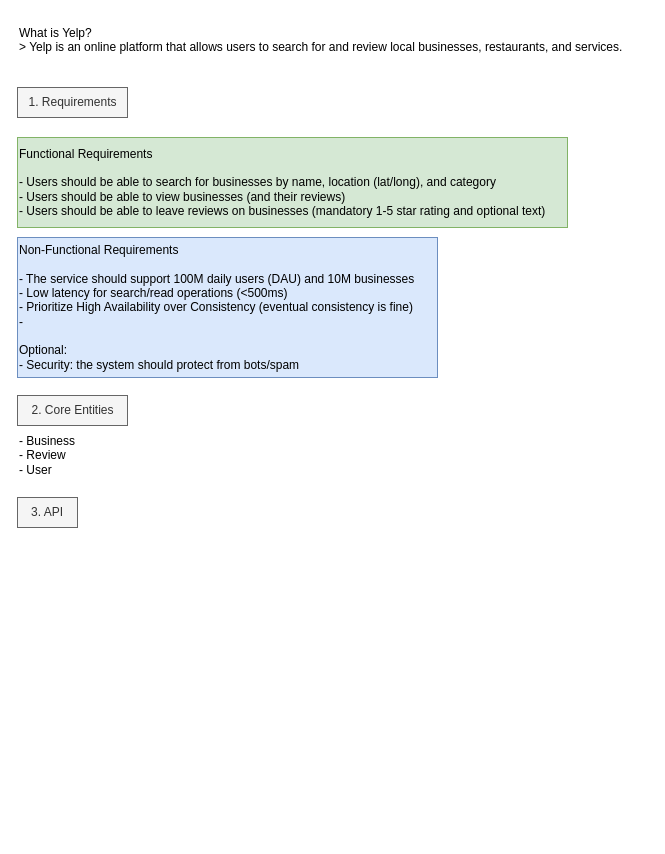
lacrimae/system_design_practice keeps this draw.io diagram as yelp.drawio. Above is the earlier version. Source tidied: cells renumbered, new cells numbered last; positions are measured from the earlier drawing's top-left corner, leaving out a move shared by most shapes. Both pictures are drawn from the tidied source at 100%, with x=0, y=0 at pixel (17, 17).
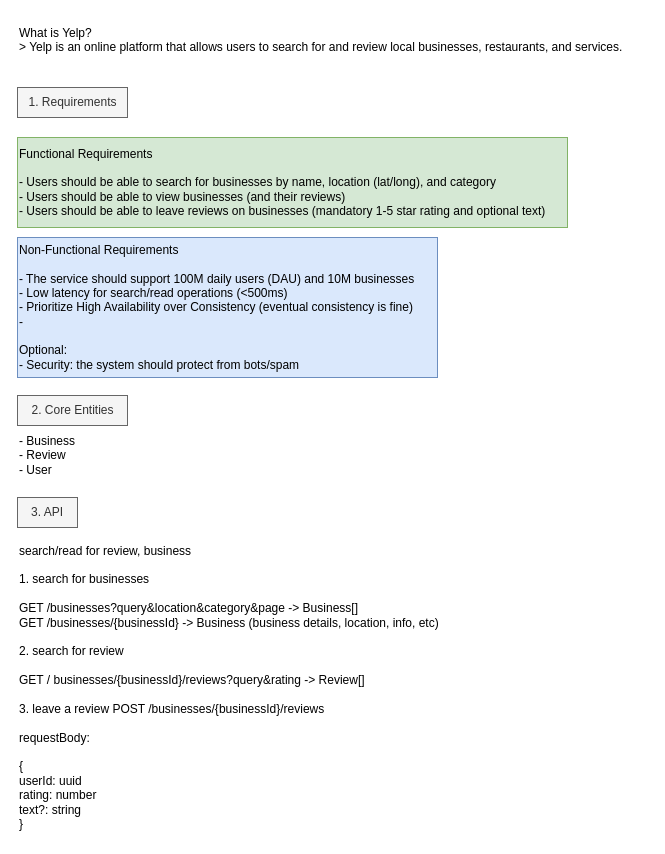
The same diagram, later.

The edit, as a diff of the source:
```diff
@@
 <mxGraphModel>
   <root>
     <mxCell id="0" />
     <mxCell id="1" parent="0" />
     <mxCell id="2" value="Functional Requirements&lt;div&gt;&lt;br&gt;&lt;/div&gt;&lt;div&gt;-&amp;nbsp;&lt;span style=&quot;background-color: transparent; color: light-dark(rgb(0, 0, 0), rgb(255, 255, 255));&quot;&gt;Users should be able to search for businesses by name, location (lat/long), and category&lt;/span&gt;&lt;/div&gt;&lt;div&gt;- Users should be able to view businesses (and their reviews)&lt;/div&gt;&lt;div&gt;- Users should be able to leave reviews on businesses (mandatory 1-5 star rating and optional text)&lt;/div&gt;" style="text;html=1;align=left;verticalAlign=middle;strokeColor=#82b366;fillColor=#d5e8d4;" parent="1" vertex="1">
       <mxGeometry y="120" width="550" height="90" as="geometry" />
     </mxCell>
     <mxCell id="3" value="&lt;div&gt;What is Yelp?&lt;/div&gt;&lt;div&gt;&amp;gt; Yelp is an online platform that allows users to search for and review local businesses, restaurants, and services.&lt;/div&gt;&lt;div&gt;&lt;br&gt;&lt;/div&gt;" style="text;html=1;align=left;verticalAlign=middle;strokeColor=none;fillColor=none;" parent="1" vertex="1">
       <mxGeometry width="630" height="60" as="geometry" />
     </mxCell>
     <mxCell id="4" value="1. Requirements" style="text;html=1;align=center;verticalAlign=middle;strokeColor=#666666;fillColor=#f5f5f5;fontColor=#333333;" parent="1" vertex="1">
       <mxGeometry y="70" width="110" height="30" as="geometry" />
     </mxCell>
     <mxCell id="5" value="Non-Functional Requirements&lt;div&gt;&lt;br&gt;&lt;/div&gt;&lt;div&gt;- The service should support 100M daily users (DAU) and 10M businesses&lt;/div&gt;&lt;div&gt;- Low latency for search/read operations (&amp;lt;500ms)&lt;/div&gt;&lt;div&gt;- Prioritize High Availability over Consistency (eventual consistency is fine)&lt;/div&gt;&lt;div&gt;-&amp;nbsp;&lt;/div&gt;&lt;div&gt;&lt;br&gt;&lt;/div&gt;&lt;div&gt;Optional:&amp;nbsp;&lt;/div&gt;&lt;div&gt;- Security: the system should protect from bots/spam&lt;/div&gt;" style="text;html=1;align=left;verticalAlign=middle;strokeColor=#6c8ebf;fillColor=#dae8fc;" parent="1" vertex="1">
       <mxGeometry y="220" width="420" height="140" as="geometry" />
     </mxCell>
     <mxCell id="6" value="2. Core Entities" style="text;html=1;align=center;verticalAlign=middle;strokeColor=#666666;fillColor=#f5f5f5;fontColor=#333333;" parent="1" vertex="1">
       <mxGeometry y="378" width="110" height="30" as="geometry" />
     </mxCell>
     <mxCell id="7" value="- Business&lt;div&gt;- Review&lt;/div&gt;&lt;div&gt;- User&lt;/div&gt;" style="text;html=1;align=left;verticalAlign=middle;strokeColor=none;fillColor=none;" parent="1" vertex="1">
       <mxGeometry y="408" width="80" height="60" as="geometry" />
     </mxCell>
     <mxCell id="8" value="3. API" style="text;html=1;align=center;verticalAlign=middle;whiteSpace=wrap;rounded=0;fillColor=#f5f5f5;fontColor=#333333;strokeColor=#666666;" parent="1" vertex="1">
       <mxGeometry y="480" width="60" height="30" as="geometry" />
     </mxCell>
+    <mxCell id="9" value="search/read for review, business&lt;div&gt;&lt;br&gt;&lt;/div&gt;&lt;div&gt;1. search for businesses&lt;/div&gt;&lt;div&gt;&lt;br&gt;&lt;/div&gt;&lt;div&gt;GET /businesses?query&amp;amp;location&amp;amp;category&amp;amp;page -&amp;gt; Business[]&lt;/div&gt;&lt;div&gt;GET /businesses/{businessId} -&amp;gt; Business (business details, location, info, etc)&lt;/div&gt;&lt;div&gt;&lt;br&gt;&lt;/div&gt;&lt;div&gt;2. search for review&lt;/div&gt;&lt;div&gt;&lt;br&gt;&lt;/div&gt;&lt;div&gt;GET / businesses/{businessId}/reviews?query&amp;amp;rating -&amp;gt; Review[]&lt;/div&gt;&lt;div&gt;&lt;br&gt;&lt;div&gt;3. leave a review POST /businesses/{businessId}/reviews&lt;/div&gt;&lt;div&gt;&lt;br&gt;&lt;/div&gt;&lt;div&gt;requestBody:&lt;/div&gt;&lt;div&gt;&lt;br&gt;&lt;/div&gt;&lt;div&gt;{&lt;/div&gt;&lt;div&gt;userId: uuid&lt;/div&gt;&lt;div&gt;rating: number&lt;/div&gt;&lt;div&gt;text?: string&lt;/div&gt;&lt;div&gt;}&lt;/div&gt;&lt;/div&gt;" style="text;html=1;align=left;verticalAlign=middle;strokeColor=none;fillColor=none;" parent="1" vertex="1">
+      <mxGeometry y="520" width="440" height="300" as="geometry" />
+    </mxCell>
   </root>
 </mxGraphModel>
```
